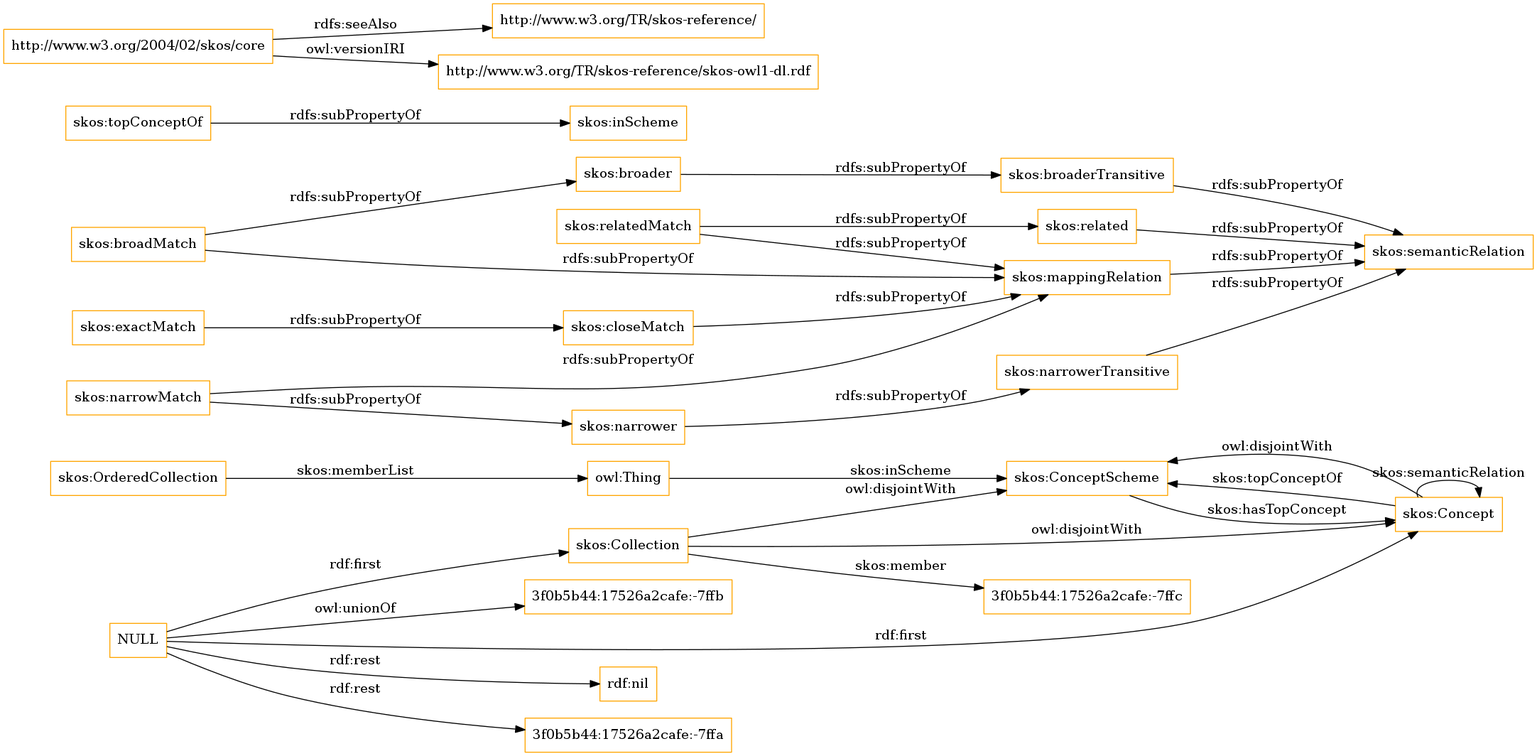
The Graphviz diagram OnToology/imports/skos.owl/diagrams/ar2dtool-class/skos.owl.png in OnToologyUser/core-ontology-1, before a commit. Its source is kept beside it as OnToology/imports/skos.owl/diagrams/ar2dtool-class/skos.owl.png.dot.
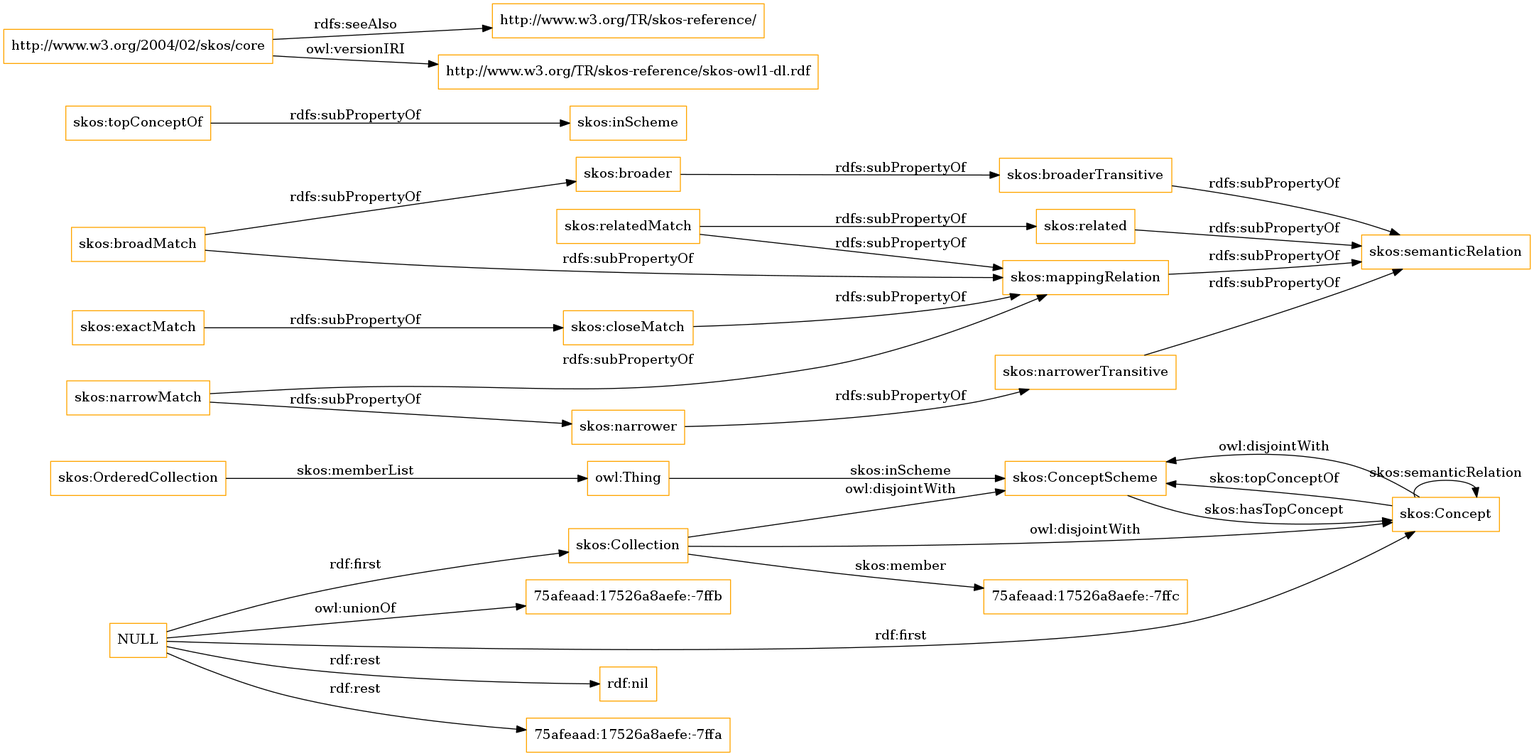
The same file after the commit.

Diff of the diagram source:
```diff
@@ -1,13 +1,13 @@
 digraph ar2dtool_diagram {
 rankdir=LR;
 size="1501"
-node [shape = rectangle, color="orange"]; "skos:OrderedCollection" "skos:ConceptScheme" "skos:Concept" "skos:Collection" "3f0b5b44:17526a2cafe:-7ffc" ; /*classes style*/
+node [shape = rectangle, color="orange"]; "skos:OrderedCollection" "skos:ConceptScheme" "skos:Concept" "skos:Collection" "75afeaad:17526a8aefe:-7ffc" ; /*classes style*/
 	"skos:narrowerTransitive" -> "skos:semanticRelation" [ label = "rdfs:subPropertyOf" ];
 	"NULL" -> "rdf:nil" [ label = "rdf:rest" ];
 	"NULL" -> "skos:Concept" [ label = "rdf:first" ];
-	"NULL" -> "3f0b5b44:17526a2cafe:-7ffa" [ label = "rdf:rest" ];
+	"NULL" -> "75afeaad:17526a8aefe:-7ffa" [ label = "rdf:rest" ];
 	"NULL" -> "skos:Collection" [ label = "rdf:first" ];
-	"NULL" -> "3f0b5b44:17526a2cafe:-7ffb" [ label = "owl:unionOf" ];
+	"NULL" -> "75afeaad:17526a8aefe:-7ffb" [ label = "owl:unionOf" ];
 	"skos:closeMatch" -> "skos:mappingRelation" [ label = "rdfs:subPropertyOf" ];
 	"skos:Concept" -> "skos:ConceptScheme" [ label = "owl:disjointWith" ];
 	"skos:relatedMatch" -> "skos:related" [ label = "rdfs:subPropertyOf" ];
@@ -30,7 +30,7 @@
 	"skos:OrderedCollection" -> "owl:Thing" [ label = "skos:memberList" ];
 	"skos:Concept" -> "skos:ConceptScheme" [ label = "skos:topConceptOf" ];
 	"skos:Concept" -> "skos:Concept" [ label = "skos:semanticRelation" ];
-	"skos:Collection" -> "3f0b5b44:17526a2cafe:-7ffc" [ label = "skos:member" ];
+	"skos:Collection" -> "75afeaad:17526a8aefe:-7ffc" [ label = "skos:member" ];
 	"skos:ConceptScheme" -> "skos:Concept" [ label = "skos:hasTopConcept" ];
 	"owl:Thing" -> "skos:ConceptScheme" [ label = "skos:inScheme" ];
 
```
